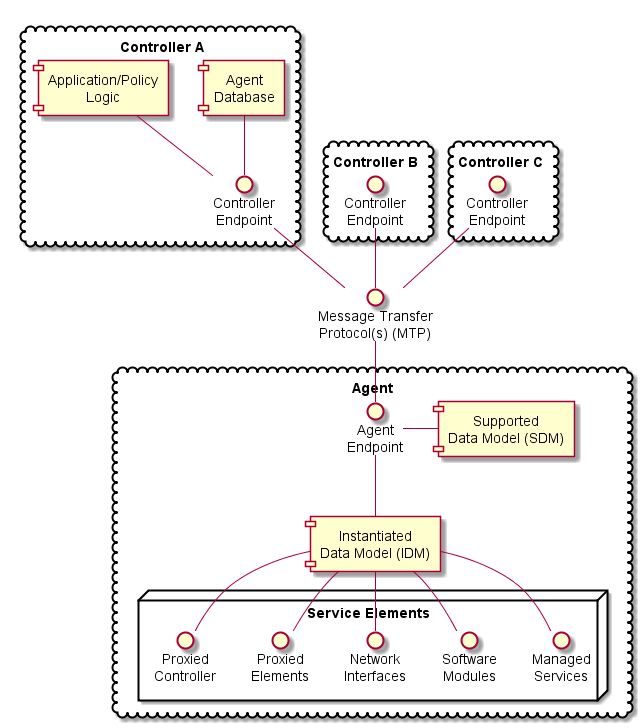
The PlantUML diagram specification/architecture/usp_architecture.png in BroadbandForum/usp, before a commit.
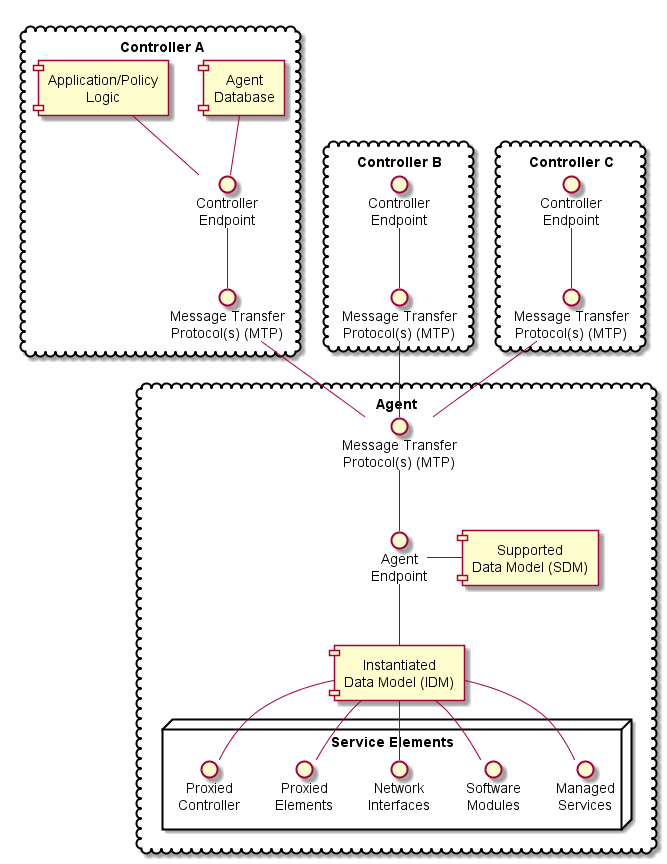
Later version of the same file.

Change to the diagram source:
```diff
@@ -1,5 +1,6 @@
 @startuml
 cloud "Agent" {
+() "Message Transfer\nProtocol(s) (MTP)" as M1
 () "Agent\nEndpoint" as A
 [Instantiated\nData Model (IDM)] as IDM
 [Supported\nData Model (SDM)] as SDM
@@ -13,16 +14,18 @@
 }
 cloud "Controller A" {
 () "Controller\nEndpoint" as C1
+() "Message Transfer\nProtocol(s) (MTP)" as M2
 [Agent\nDatabase] as AgentDB
 [Application/Policy\nLogic] as App
 }
 cloud "Controller B" {
+() "Message Transfer\nProtocol(s) (MTP)" as M3
 () "Controller\nEndpoint" as C2
 }
 cloud "Controller C" {
+() "Message Transfer\nProtocol(s) (MTP)" as M4
 () "Controller\nEndpoint" as C3
 }
-() "Message Transfer\nProtocol(s) (MTP)" as M1
 A--IDM
 A-right-SDM
 IDM--MS
@@ -33,8 +36,11 @@
 C1-up-App
 C1-up-AgentDB
 A-up-M1
-M1-up-C1
-M1-up-C2
-M1-up-C3
+M1-up-M2
+M1-up-M3
+M1-up-M4
+M2-up-C1
+M3-up-C2
+M4-up-C3
 
 @enduml
```
